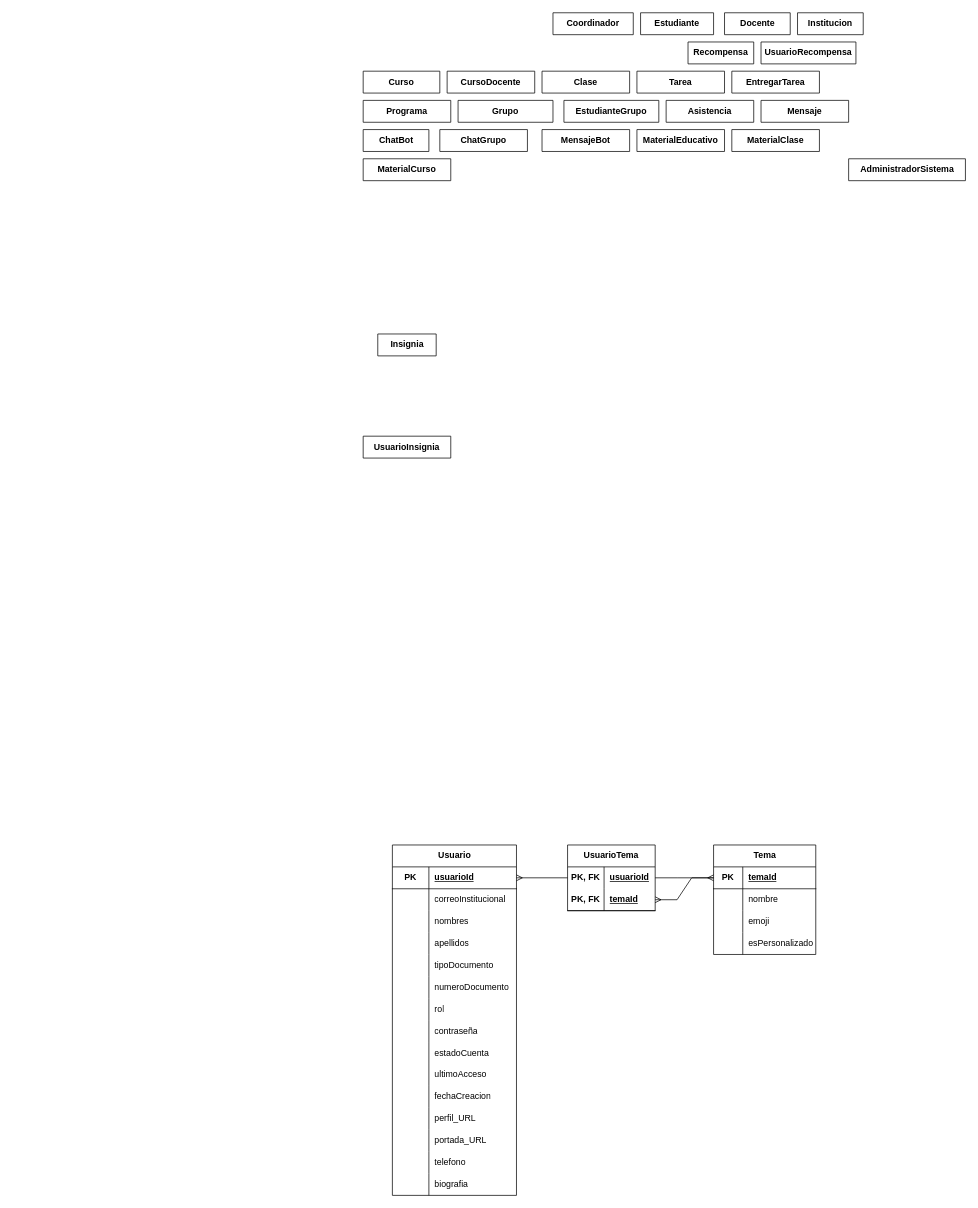
The draw.io diagram DiagramaRelacional.drawio in HarrisonGuerrero18/diagramas_Acadify, before the edit. Source tidied: cells renumbered, new cells numbered last; positions are measured from the earlier drawing's top-left corner, leaving out a move shared by most shapes. Both pictures are drawn from the tidied source at 73%, with x=0, y=0 at pixel (363, 12).
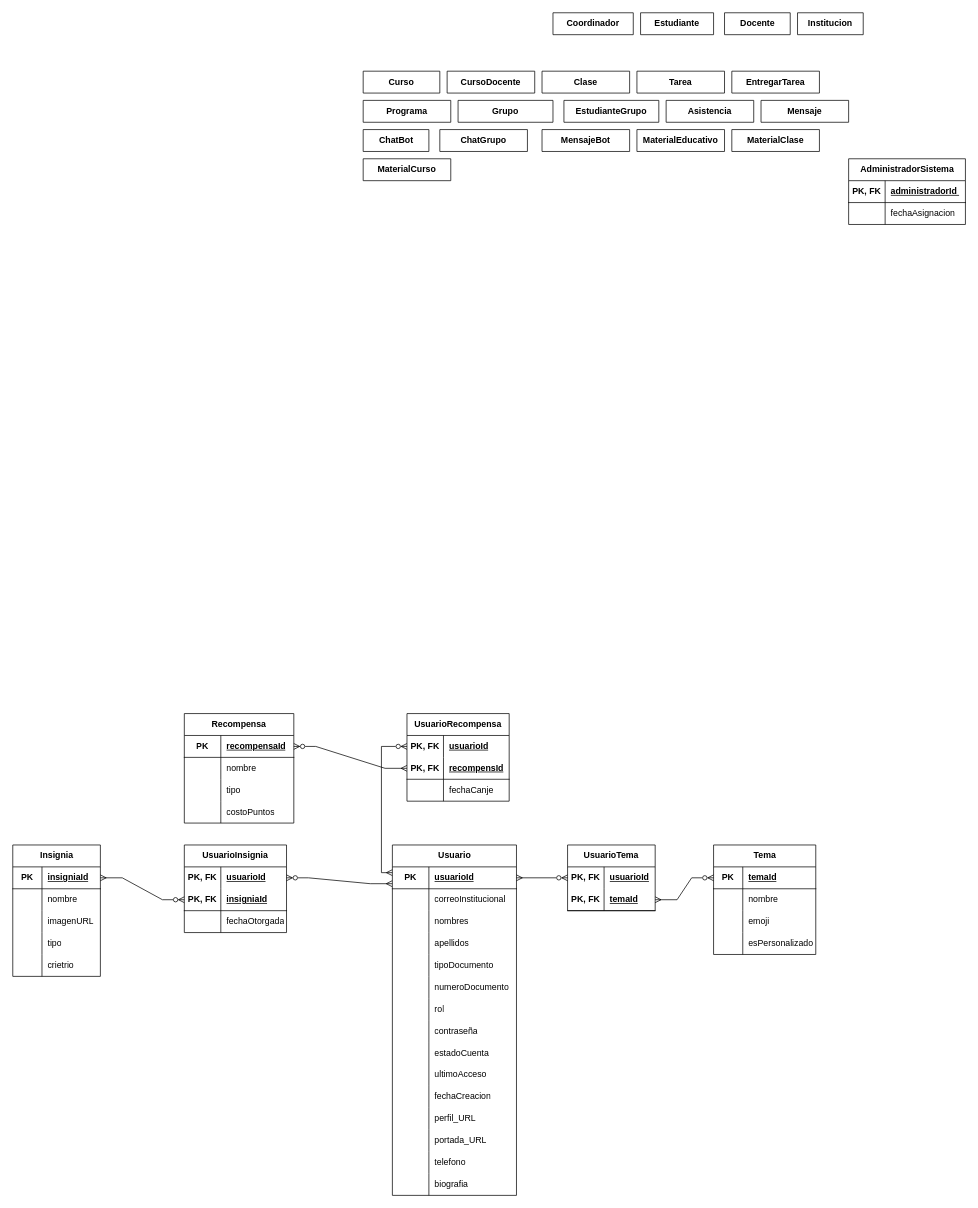
After the change.

Unchanged cells that the change refers to:
```xml
<mxCell id="3" style="shape=tableRow;horizontal=0;startSize=0;swimlaneHead=0;swimlaneBody=0;fillColor=none;points=[[0,0.5],[1,0.5]];portConstraint=eastwest;top=0;left=0;right=0;bottom=1;" parent="2" vertex="1">
  <mxGeometry y="30" width="170" height="30" as="geometry" />
</mxCell>
<mxCell id="56" value="UsuarioTema" style="shape=table;startSize=30;childLayout=tableLayout;rowLines=0;fontStyle=1;align=center;html=1;whiteSpace=wrap;" parent="1" vertex="1">
  <mxGeometry x="280" y="1140" width="120" height="90" as="geometry" />
</mxCell>
<mxCell id="57" style="shape=tableRow;horizontal=0;startSize=0;swimlaneHead=0;swimlaneBody=0;fillColor=none;points=[[0,0.5],[1,0.5]];portConstraint=eastwest;top=0;left=0;right=0;bottom=0;html=1;" parent="56" vertex="1">
  <mxGeometry y="30" width="120" height="30" as="geometry" />
</mxCell>
<mxCell id="60" style="shape=tableRow;horizontal=0;startSize=0;swimlaneHead=0;swimlaneBody=0;fillColor=none;points=[[0,0.5],[1,0.5]];portConstraint=eastwest;top=0;left=0;right=0;bottom=1;html=1;" parent="56" vertex="1">
  <mxGeometry y="60" width="120" height="30" as="geometry" />
</mxCell>
<mxCell id="64" style="shape=tableRow;horizontal=0;startSize=0;swimlaneHead=0;swimlaneBody=0;fillColor=none;points=[[0,0.5],[1,0.5]];portConstraint=eastwest;top=0;left=0;right=0;bottom=1;" parent="63" vertex="1">
  <mxGeometry y="30" width="140" height="30" as="geometry" />
</mxCell>
```

Diff of the diagram source:
```diff
@@
-    <mxCell id="49" value="AdministradorSistema" style="shape=table;startSize=30;childLayout=tableLayout;rowLines=0;fontStyle=1;align=center;html=1;" parent="1" vertex="1" collapsed="1">
-      <mxGeometry x="665" y="200" width="160" height="30" as="geometry" />
+    <mxCell id="49" value="AdministradorSistema" style="shape=table;startSize=30;childLayout=tableLayout;rowLines=0;fontStyle=1;align=center;html=1;" parent="1" vertex="1">
+      <mxGeometry x="665" y="200" width="160" height="90" as="geometry" />
     </mxCell>
+    <mxCell id="96" style="shape=tableRow;horizontal=0;startSize=0;swimlaneHead=0;swimlaneBody=0;fillColor=none;top=0;left=0;right=0;bottom=1;" parent="49" vertex="1">
+      <mxGeometry y="30" width="160" height="30" as="geometry" />
+    </mxCell>
+    <mxCell id="97" value="PK, FK" style="shape=partialRectangle;fillColor=none;top=0;left=0;bottom=0;right=0;fontStyle=1;overflow=hidden;whiteSpace=wrap;html=1;" parent="96" vertex="1">
+      <mxGeometry width="50" height="30" as="geometry" />
+    </mxCell>
+    <mxCell id="98" value="&lt;span style=&quot;text-wrap-mode: nowrap;&quot;&gt;administradorId&amp;nbsp;&lt;/span&gt;" style="shape=partialRectangle;fillColor=none;top=0;left=0;bottom=0;right=0;align=left;spacingLeft=6;fontStyle=5;overflow=hidden;whiteSpace=wrap;html=1;" parent="96" vertex="1">
+      <mxGeometry x="50" width="110" height="30" as="geometry" />
+    </mxCell>
+    <mxCell id="99" style="shape=tableRow;horizontal=0;startSize=0;swimlaneHead=0;swimlaneBody=0;fillColor=none;top=0;left=0;right=0;bottom=0;" parent="49" vertex="1">
+      <mxGeometry y="60" width="160" height="30" as="geometry" />
+    </mxCell>
+    <mxCell id="100" style="shape=partialRectangle;fillColor=none;top=0;left=0;bottom=0;right=0;overflow=hidden;whiteSpace=wrap;html=1;" parent="99" vertex="1">
+      <mxGeometry width="50" height="30" as="geometry" />
+    </mxCell>
+    <mxCell id="101" value="fechaAsignacion" style="shape=partialRectangle;fillColor=none;top=0;left=0;bottom=0;right=0;align=left;spacingLeft=6;overflow=hidden;whiteSpace=wrap;html=1;" parent="99" vertex="1">
+      <mxGeometry x="50" width="110" height="30" as="geometry" />
+    </mxCell>
@@
-    <mxCell id="53" value="UsuarioInsignia" style="shape=table;startSize=30;childLayout=tableLayout;rowLines=0;fontStyle=1;align=center;html=1;whiteSpace=wrap;" parent="1" vertex="1" collapsed="1">
-      <mxGeometry y="580" width="120" height="30" as="geometry" />
+    <mxCell id="53" value="UsuarioInsignia" style="shape=table;startSize=30;childLayout=tableLayout;rowLines=0;fontStyle=1;align=center;html=1;whiteSpace=wrap;" parent="1" vertex="1">
+      <mxGeometry x="-245" y="1140" width="140" height="120" as="geometry" />
     </mxCell>
+    <mxCell id="102" style="shape=tableRow;horizontal=0;startSize=0;swimlaneHead=0;swimlaneBody=0;fillColor=none;points=[[0,0.5],[1,0.5]];portConstraint=eastwest;top=0;left=0;right=0;bottom=0;html=1;" parent="53" vertex="1">
+      <mxGeometry y="30" width="140" height="30" as="geometry" />
+    </mxCell>
+    <mxCell id="103" value="PK, FK" style="shape=partialRectangle;fillColor=none;top=0;left=0;bottom=0;right=0;fontStyle=1;overflow=hidden;html=1;whiteSpace=wrap;" parent="102" vertex="1">
+      <mxGeometry width="50" height="30" as="geometry" />
+    </mxCell>
+    <mxCell id="104" value="usuarioId" style="shape=partialRectangle;fillColor=none;top=0;left=0;bottom=0;right=0;align=left;spacingLeft=6;fontStyle=5;overflow=hidden;html=1;whiteSpace=wrap;" parent="102" vertex="1">
+      <mxGeometry x="50" width="90" height="30" as="geometry" />
+    </mxCell>
+    <mxCell id="105" style="shape=tableRow;horizontal=0;startSize=0;swimlaneHead=0;swimlaneBody=0;fillColor=none;points=[[0,0.5],[1,0.5]];portConstraint=eastwest;top=0;left=0;right=0;bottom=1;html=1;" parent="53" vertex="1">
+      <mxGeometry y="60" width="140" height="30" as="geometry" />
+    </mxCell>
+    <mxCell id="106" value="PK, FK" style="shape=partialRectangle;fillColor=none;top=0;left=0;bottom=0;right=0;fontStyle=1;overflow=hidden;html=1;whiteSpace=wrap;" parent="105" vertex="1">
+      <mxGeometry width="50" height="30" as="geometry" />
+    </mxCell>
+    <mxCell id="107" value="insigniaId" style="shape=partialRectangle;fillColor=none;top=0;left=0;bottom=0;right=0;align=left;spacingLeft=6;fontStyle=5;overflow=hidden;html=1;whiteSpace=wrap;" parent="105" vertex="1">
+      <mxGeometry x="50" width="90" height="30" as="geometry" />
+    </mxCell>
+    <mxCell id="108" style="shape=tableRow;horizontal=0;startSize=0;swimlaneHead=0;swimlaneBody=0;fillColor=none;top=0;left=0;right=0;bottom=0;html=1;" parent="53" vertex="1">
+      <mxGeometry y="90" width="140" height="30" as="geometry" />
+    </mxCell>
+    <mxCell id="109" style="shape=partialRectangle;fillColor=none;top=0;left=0;bottom=0;right=0;overflow=hidden;html=1;whiteSpace=wrap;" parent="108" vertex="1">
+      <mxGeometry width="50" height="30" as="geometry" />
+    </mxCell>
+    <mxCell id="110" value="fechaOtorgada" style="shape=partialRectangle;fillColor=none;top=0;left=0;bottom=0;right=0;align=left;spacingLeft=6;overflow=hidden;html=1;whiteSpace=wrap;" parent="108" vertex="1">
+      <mxGeometry x="50" width="90" height="30" as="geometry" />
+    </mxCell>
-    <mxCell id="54" value="&lt;span style=&quot;text-wrap-mode: wrap;&quot;&gt;Insignia&lt;/span&gt;" style="shape=table;startSize=30;childLayout=tableLayout;rowLines=0;fontStyle=1;align=center;html=1;" parent="1" vertex="1" collapsed="1">
-      <mxGeometry x="20" y="440" width="80" height="30" as="geometry" />
+    <mxCell id="54" value="&lt;span style=&quot;text-wrap-mode: wrap;&quot;&gt;Insignia&lt;/span&gt;" style="shape=table;startSize=30;childLayout=tableLayout;rowLines=0;fontStyle=1;align=center;html=1;" parent="1" vertex="1">
+      <mxGeometry x="-480" y="1140" width="120" height="180" as="geometry" />
     </mxCell>
+    <mxCell id="111" style="shape=tableRow;horizontal=0;startSize=0;swimlaneHead=0;swimlaneBody=0;fillColor=none;points=[[0,0.5],[1,0.5]];portConstraint=eastwest;top=0;left=0;right=0;bottom=1;" parent="54" vertex="1">
+      <mxGeometry y="30" width="120" height="30" as="geometry" />
+    </mxCell>
+    <mxCell id="112" value="PK" style="shape=partialRectangle;fillColor=none;top=0;left=0;bottom=0;right=0;fontStyle=1;overflow=hidden;whiteSpace=wrap;html=1;" parent="111" vertex="1">
+      <mxGeometry width="40" height="30" as="geometry" />
+    </mxCell>
+    <mxCell id="113" value="insigniaId" style="shape=partialRectangle;fillColor=none;top=0;left=0;bottom=0;right=0;align=left;spacingLeft=6;fontStyle=5;overflow=hidden;whiteSpace=wrap;html=1;" parent="111" vertex="1">
+      <mxGeometry x="40" width="80" height="30" as="geometry" />
+    </mxCell>
+    <mxCell id="114" style="shape=tableRow;horizontal=0;startSize=0;swimlaneHead=0;swimlaneBody=0;fillColor=none;top=0;left=0;right=0;bottom=0;" parent="54" vertex="1">
+      <mxGeometry y="60" width="120" height="30" as="geometry" />
+    </mxCell>
+    <mxCell id="115" style="shape=partialRectangle;fillColor=none;top=0;left=0;bottom=0;right=0;overflow=hidden;whiteSpace=wrap;html=1;" parent="114" vertex="1">
+      <mxGeometry width="40" height="30" as="geometry" />
+    </mxCell>
+    <mxCell id="116" value="nombre" style="shape=partialRectangle;fillColor=none;top=0;left=0;bottom=0;right=0;align=left;spacingLeft=6;overflow=hidden;whiteSpace=wrap;html=1;" parent="114" vertex="1">
+      <mxGeometry x="40" width="80" height="30" as="geometry" />
+    </mxCell>
+    <mxCell id="117" style="shape=tableRow;horizontal=0;startSize=0;swimlaneHead=0;swimlaneBody=0;fillColor=none;top=0;left=0;right=0;bottom=0;" parent="54" vertex="1">
+      <mxGeometry y="90" width="120" height="30" as="geometry" />
+    </mxCell>
+    <mxCell id="118" style="shape=partialRectangle;fillColor=none;top=0;left=0;bottom=0;right=0;overflow=hidden;whiteSpace=wrap;html=1;" parent="117" vertex="1">
+      <mxGeometry width="40" height="30" as="geometry" />
+    </mxCell>
+    <mxCell id="119" value="imagenURL" style="shape=partialRectangle;fillColor=none;top=0;left=0;bottom=0;right=0;align=left;spacingLeft=6;overflow=hidden;whiteSpace=wrap;html=1;" parent="117" vertex="1">
+      <mxGeometry x="40" width="80" height="30" as="geometry" />
+    </mxCell>
+    <mxCell id="120" style="shape=tableRow;horizontal=0;startSize=0;swimlaneHead=0;swimlaneBody=0;fillColor=none;top=0;left=0;right=0;bottom=0;" parent="54" vertex="1">
+      <mxGeometry y="120" width="120" height="30" as="geometry" />
+    </mxCell>
+    <mxCell id="121" style="shape=partialRectangle;fillColor=none;top=0;left=0;bottom=0;right=0;overflow=hidden;whiteSpace=wrap;html=1;" parent="120" vertex="1">
+      <mxGeometry width="40" height="30" as="geometry" />
+    </mxCell>
+    <mxCell id="122" value="tipo" style="shape=partialRectangle;fillColor=none;top=0;left=0;bottom=0;right=0;align=left;spacingLeft=6;overflow=hidden;whiteSpace=wrap;html=1;" parent="120" vertex="1">
+      <mxGeometry x="40" width="80" height="30" as="geometry" />
+    </mxCell>
+    <mxCell id="123" style="shape=tableRow;horizontal=0;startSize=0;swimlaneHead=0;swimlaneBody=0;fillColor=none;top=0;left=0;right=0;bottom=0;" parent="54" vertex="1">
+      <mxGeometry y="150" width="120" height="30" as="geometry" />
+    </mxCell>
+    <mxCell id="124" style="shape=partialRectangle;fillColor=none;top=0;left=0;bottom=0;right=0;overflow=hidden;whiteSpace=wrap;html=1;" parent="123" vertex="1">
+      <mxGeometry width="40" height="30" as="geometry" />
+    </mxCell>
+    <mxCell id="125" value="crietrio" style="shape=partialRectangle;fillColor=none;top=0;left=0;bottom=0;right=0;align=left;spacingLeft=6;overflow=hidden;whiteSpace=wrap;html=1;" parent="123" vertex="1">
+      <mxGeometry x="40" width="80" height="30" as="geometry" />
+    </mxCell>
-    <mxCell id="55" value="Recompensa" style="shape=table;startSize=30;childLayout=tableLayout;rowLines=0;fontStyle=1;align=center;html=1;whiteSpace=wrap;" parent="1" vertex="1" collapsed="1">
-      <mxGeometry x="445" y="40" width="90" height="30" as="geometry" />
+    <mxCell id="55" value="Recompensa" style="shape=table;startSize=30;childLayout=tableLayout;rowLines=0;fontStyle=1;align=center;html=1;whiteSpace=wrap;" parent="1" vertex="1">
+      <mxGeometry x="-245" y="960" width="150" height="150" as="geometry" />
     </mxCell>
+    <mxCell id="126" style="shape=tableRow;horizontal=0;startSize=0;swimlaneHead=0;swimlaneBody=0;fillColor=none;points=[[0,0.5],[1,0.5]];portConstraint=eastwest;top=0;left=0;right=0;bottom=1;html=1;" parent="55" vertex="1">
+      <mxGeometry y="30" width="150" height="30" as="geometry" />
+    </mxCell>
+    <mxCell id="127" value="PK" style="shape=partialRectangle;fillColor=none;top=0;left=0;bottom=0;right=0;fontStyle=1;overflow=hidden;html=1;whiteSpace=wrap;" parent="126" vertex="1">
+      <mxGeometry width="50" height="30" as="geometry" />
+    </mxCell>
+    <mxCell id="128" value="recompensaId" style="shape=partialRectangle;fillColor=none;top=0;left=0;bottom=0;right=0;align=left;spacingLeft=6;fontStyle=5;overflow=hidden;html=1;whiteSpace=wrap;" parent="126" vertex="1">
+      <mxGeometry x="50" width="100" height="30" as="geometry" />
+    </mxCell>
+    <mxCell id="129" style="shape=tableRow;horizontal=0;startSize=0;swimlaneHead=0;swimlaneBody=0;fillColor=none;top=0;left=0;right=0;bottom=0;html=1;" parent="55" vertex="1">
+      <mxGeometry y="60" width="150" height="30" as="geometry" />
+    </mxCell>
+    <mxCell id="130" style="shape=partialRectangle;fillColor=none;top=0;left=0;bottom=0;right=0;overflow=hidden;html=1;whiteSpace=wrap;" parent="129" vertex="1">
+      <mxGeometry width="50" height="30" as="geometry" />
+    </mxCell>
+    <mxCell id="131" value="nombre" style="shape=partialRectangle;fillColor=none;top=0;left=0;bottom=0;right=0;align=left;spacingLeft=6;overflow=hidden;html=1;whiteSpace=wrap;" parent="129" vertex="1">
+      <mxGeometry x="50" width="100" height="30" as="geometry" />
+    </mxCell>
+    <mxCell id="132" style="shape=tableRow;horizontal=0;startSize=0;swimlaneHead=0;swimlaneBody=0;fillColor=none;top=0;left=0;right=0;bottom=0;html=1;" parent="55" vertex="1">
+      <mxGeometry y="90" width="150" height="30" as="geometry" />
+    </mxCell>
+    <mxCell id="133" style="shape=partialRectangle;fillColor=none;top=0;left=0;bottom=0;right=0;overflow=hidden;html=1;whiteSpace=wrap;" parent="132" vertex="1">
+      <mxGeometry width="50" height="30" as="geometry" />
+    </mxCell>
+    <mxCell id="134" value="tipo" style="shape=partialRectangle;fillColor=none;top=0;left=0;bottom=0;right=0;align=left;spacingLeft=6;overflow=hidden;html=1;whiteSpace=wrap;" parent="132" vertex="1">
+      <mxGeometry x="50" width="100" height="30" as="geometry" />
+    </mxCell>
+    <mxCell id="135" style="shape=tableRow;horizontal=0;startSize=0;swimlaneHead=0;swimlaneBody=0;fillColor=none;top=0;left=0;right=0;bottom=0;html=1;" parent="55" vertex="1">
+      <mxGeometry y="120" width="150" height="30" as="geometry" />
+    </mxCell>
+    <mxCell id="136" style="shape=partialRectangle;fillColor=none;top=0;left=0;bottom=0;right=0;overflow=hidden;html=1;whiteSpace=wrap;" parent="135" vertex="1">
+      <mxGeometry width="50" height="30" as="geometry" />
+    </mxCell>
+    <mxCell id="137" value="costoPuntos" style="shape=partialRectangle;fillColor=none;top=0;left=0;bottom=0;right=0;align=left;spacingLeft=6;overflow=hidden;html=1;whiteSpace=wrap;" parent="135" vertex="1">
+      <mxGeometry x="50" width="100" height="30" as="geometry" />
+    </mxCell>
@@
-    <mxCell id="76" value="UsuarioRecompensa" style="shape=table;startSize=30;childLayout=tableLayout;rowLines=0;fontStyle=1;align=center;html=1;whiteSpace=wrap;" parent="1" vertex="1" collapsed="1">
-      <mxGeometry x="545" y="40" width="130" height="30" as="geometry" />
+    <mxCell id="76" value="UsuarioRecompensa" style="shape=table;startSize=30;childLayout=tableLayout;rowLines=0;fontStyle=1;align=center;html=1;whiteSpace=wrap;" parent="1" vertex="1">
+      <mxGeometry x="60" y="960" width="140" height="120" as="geometry" />
     </mxCell>
+    <mxCell id="138" style="shape=tableRow;horizontal=0;startSize=0;swimlaneHead=0;swimlaneBody=0;fillColor=none;points=[[0,0.5],[1,0.5]];portConstraint=eastwest;top=0;left=0;right=0;bottom=0;html=1;" parent="76" vertex="1">
+      <mxGeometry y="30" width="140" height="30" as="geometry" />
+    </mxCell>
+    <mxCell id="139" value="PK, FK" style="shape=partialRectangle;fillColor=none;top=0;left=0;bottom=0;right=0;fontStyle=1;overflow=hidden;html=1;whiteSpace=wrap;" parent="138" vertex="1">
+      <mxGeometry width="50" height="30" as="geometry" />
+    </mxCell>
+    <mxCell id="140" value="usuarioId" style="shape=partialRectangle;fillColor=none;top=0;left=0;bottom=0;right=0;align=left;spacingLeft=6;fontStyle=5;overflow=hidden;html=1;whiteSpace=wrap;" parent="138" vertex="1">
+      <mxGeometry x="50" width="90" height="30" as="geometry" />
+    </mxCell>
+    <mxCell id="141" style="shape=tableRow;horizontal=0;startSize=0;swimlaneHead=0;swimlaneBody=0;fillColor=none;points=[[0,0.5],[1,0.5]];portConstraint=eastwest;top=0;left=0;right=0;bottom=1;html=1;" parent="76" vertex="1">
+      <mxGeometry y="60" width="140" height="30" as="geometry" />
+    </mxCell>
+    <mxCell id="142" value="PK, FK" style="shape=partialRectangle;fillColor=none;top=0;left=0;bottom=0;right=0;fontStyle=1;overflow=hidden;html=1;whiteSpace=wrap;" parent="141" vertex="1">
+      <mxGeometry width="50" height="30" as="geometry" />
+    </mxCell>
+    <mxCell id="143" value="recompensId" style="shape=partialRectangle;fillColor=none;top=0;left=0;bottom=0;right=0;align=left;spacingLeft=6;fontStyle=5;overflow=hidden;html=1;whiteSpace=wrap;" parent="141" vertex="1">
+      <mxGeometry x="50" width="90" height="30" as="geometry" />
+    </mxCell>
+    <mxCell id="144" style="shape=tableRow;horizontal=0;startSize=0;swimlaneHead=0;swimlaneBody=0;fillColor=none;top=0;left=0;right=0;bottom=0;html=1;" parent="76" vertex="1">
+      <mxGeometry y="90" width="140" height="30" as="geometry" />
+    </mxCell>
+    <mxCell id="145" style="shape=partialRectangle;fillColor=none;top=0;left=0;bottom=0;right=0;overflow=hidden;html=1;whiteSpace=wrap;" parent="144" vertex="1">
+      <mxGeometry width="50" height="30" as="geometry" />
+    </mxCell>
+    <mxCell id="146" value="fechaCanje" style="shape=partialRectangle;fillColor=none;top=0;left=0;bottom=0;right=0;align=left;spacingLeft=6;overflow=hidden;html=1;whiteSpace=wrap;" parent="144" vertex="1">
+      <mxGeometry x="50" width="90" height="30" as="geometry" />
+    </mxCell>
@@
-    <mxCell id="93" style="fontSize=12;html=1;endArrow=none;startArrow=ERmany;rounded=0;exitX=1;exitY=0.5;exitDx=0;exitDy=0;entryX=0;entryY=0.5;entryDx=0;entryDy=0;endFill=0;" parent="1" edge="1" source="3" target="56">
+    <mxCell id="93" style="fontSize=12;html=1;endArrow=ERzeroToMany;startArrow=ERmany;rounded=0;exitX=1;exitY=0.5;exitDx=0;exitDy=0;entryX=0;entryY=0.5;entryDx=0;entryDy=0;endFill=0;" parent="1" edge="1" source="3" target="56">
       <mxGeometry relative="1" as="geometry" />
     </mxCell>
-    <mxCell id="94" style="edgeStyle=entityRelationEdgeStyle;fontSize=12;html=1;endArrow=ERmany;rounded=0;exitX=1;exitY=0.5;exitDx=0;exitDy=0;entryX=0;entryY=0.5;entryDx=0;entryDy=0;" parent="1" edge="1" source="57" target="64">
-      <mxGeometry relative="1" as="geometry" />
-    </mxCell>
-    <mxCell id="95" style="edgeStyle=entityRelationEdgeStyle;fontSize=12;html=1;endArrow=ERmany;rounded=0;entryX=1;entryY=0.5;entryDx=0;entryDy=0;exitX=0;exitY=0.5;exitDx=0;exitDy=0;" parent="1" edge="1" source="64" target="60">
+    <mxCell id="95" style="edgeStyle=entityRelationEdgeStyle;fontSize=12;html=1;endArrow=ERmany;rounded=0;entryX=1;entryY=0.5;entryDx=0;entryDy=0;exitX=0;exitY=0.5;exitDx=0;exitDy=0;startArrow=ERzeroToMany;startFill=0;" parent="1" edge="1" source="64" target="60">
       <mxGeometry relative="1" as="geometry">
         <Array as="points">
+          <mxPoint x="465" y="1200" />
+          <mxPoint x="475" y="1210" />
+          <mxPoint x="415" y="1230" />
           <mxPoint x="465" y="1200" />
           <mxPoint x="465" y="1200" />
         </Array>
       </mxGeometry>
     </mxCell>
+    <mxCell id="147" style="edgeStyle=entityRelationEdgeStyle;fontSize=12;html=1;endArrow=ERmany;startArrow=ERzeroToMany;rounded=0;entryX=-0.002;entryY=0.768;entryDx=0;entryDy=0;exitX=1;exitY=0.5;exitDx=0;exitDy=0;startFill=0;entryPerimeter=0;" parent="1" edge="1" source="102" target="3">
+      <mxGeometry relative="1" as="geometry" />
+    </mxCell>
+    <mxCell id="148" style="edgeStyle=entityRelationEdgeStyle;fontSize=12;html=1;endArrow=ERmany;rounded=0;entryX=1;entryY=0.5;entryDx=0;entryDy=0;exitX=0;exitY=0.5;exitDx=0;exitDy=0;startArrow=ERzeroToMany;startFill=0;" parent="1" edge="1" source="105" target="111">
+      <mxGeometry relative="1" as="geometry" />
+    </mxCell>
+    <mxCell id="149" style="edgeStyle=entityRelationEdgeStyle;fontSize=12;html=1;endArrow=ERmany;rounded=0;exitX=1;exitY=0.5;exitDx=0;exitDy=0;entryX=0;entryY=0.5;entryDx=0;entryDy=0;startArrow=ERzeroToMany;startFill=0;" parent="1" edge="1" source="126" target="141">
+      <mxGeometry relative="1" as="geometry">
+        <Array as="points">
+          <mxPoint x="285" y="820" />
+        </Array>
+      </mxGeometry>
+    </mxCell>
+    <mxCell id="150" style="fontSize=12;html=1;endArrow=ERmany;rounded=0;entryX=-0.001;entryY=0.264;entryDx=0;entryDy=0;exitX=0;exitY=0.5;exitDx=0;exitDy=0;edgeStyle=elbowEdgeStyle;entryPerimeter=0;startArrow=ERzeroToMany;startFill=0;" parent="1" edge="1" source="138" target="3">
+      <mxGeometry relative="1" as="geometry">
+        <Array as="points">
+          <mxPoint x="25" y="1010" />
+        </Array>
+      </mxGeometry>
+    </mxCell>
```
